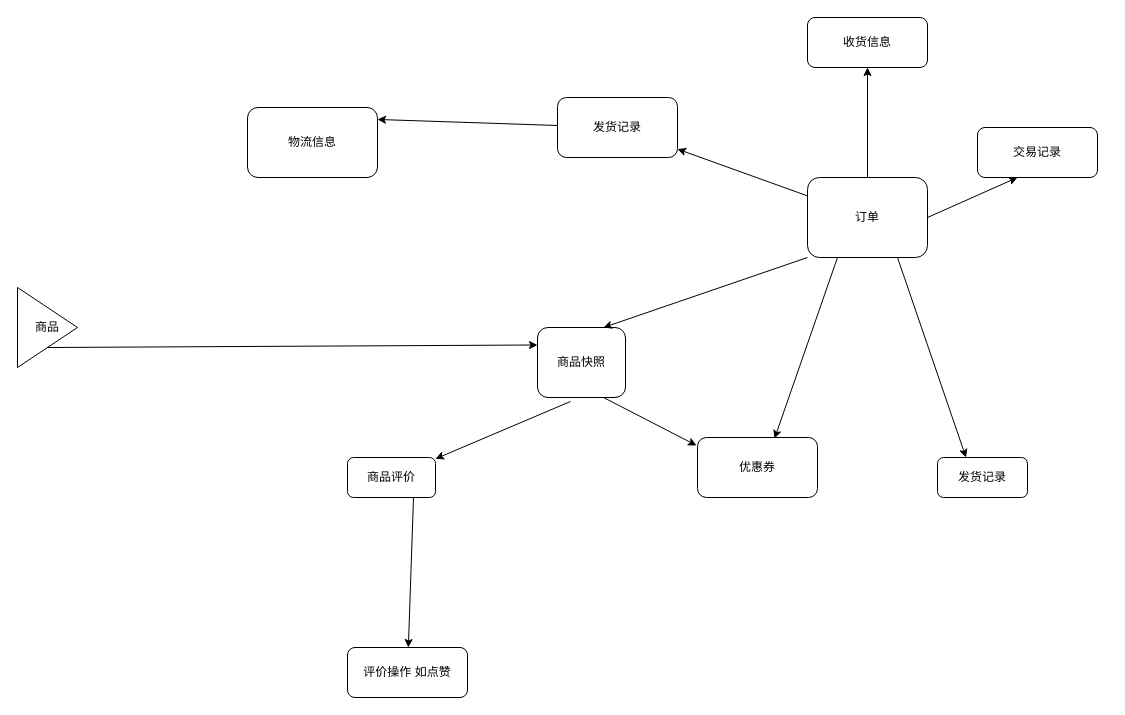
The draw.io diagram order数据库建模.drawio in kamjin1996/online-flow-draw, before the edit. Source tidied: cells renumbered, new cells numbered last; positions are measured from the earlier drawing's top-left corner, leaving out a move shared by most shapes. Both pictures are drawn from the tidied source at 100%, with x=0, y=0 at pixel (17, 17).
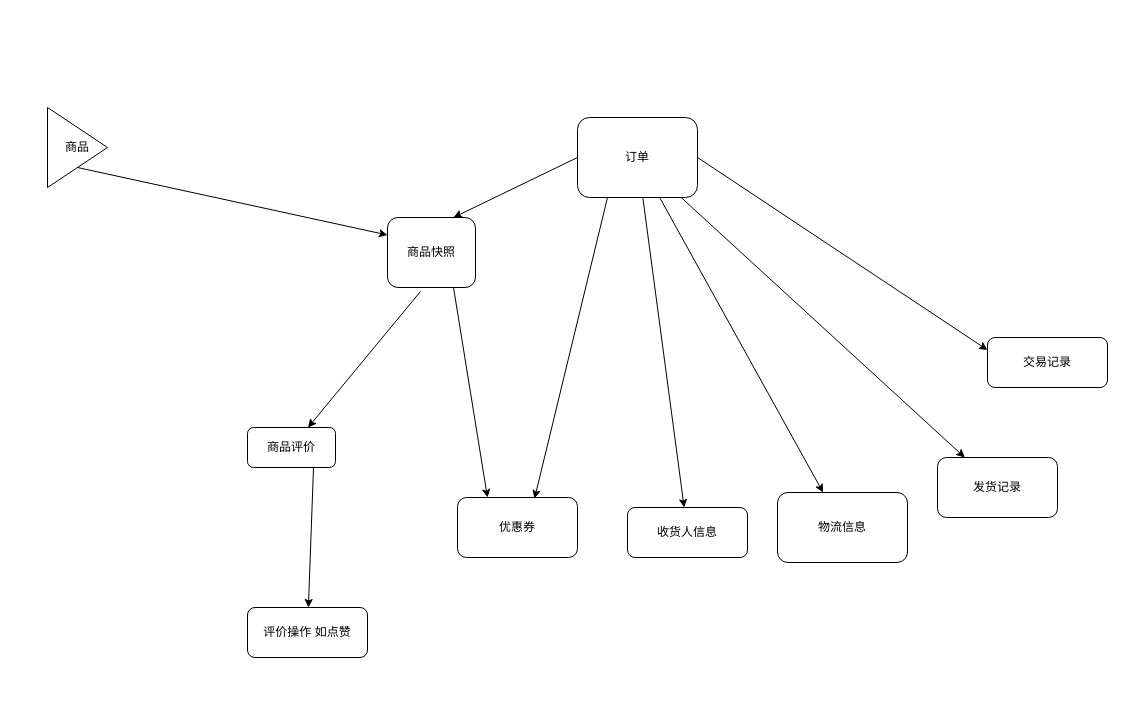
Above is the later version.

Commit message (it also covers changes not shown here):
更新order数据库建模.drawio

What changed in the source:
```diff
@@
     <mxCell id="2" value="订单" style="rounded=1;whiteSpace=wrap;html=1;" parent="1" vertex="1">
-      <mxGeometry x="790" y="160" width="120" height="80" as="geometry" />
+      <mxGeometry x="560" y="100" width="120" height="80" as="geometry" />
     </mxCell>
-    <mxCell id="3" value="发货记录" style="rounded=1;whiteSpace=wrap;html=1;" parent="1" vertex="1">
-      <mxGeometry x="920" y="440" width="90" height="40" as="geometry" />
-    </mxCell>
-    <mxCell id="4" style="endArrow=classic;html=1;exitX=0.75;exitY=1;exitDx=0;exitDy=0;entryX=0.317;entryY=0;entryDx=0;entryDy=0;entryPerimeter=0;" parent="1" edge="1" source="2" target="3">
-      <mxGeometry relative="1" as="geometry" />
-    </mxCell>
-    <mxCell id="5" value="收货信息" style="rounded=1;whiteSpace=wrap;html=1;" parent="1" vertex="1">
-      <mxGeometry x="790" width="120" height="50" as="geometry" />
+    <mxCell id="5" value="收货人信息" style="rounded=1;whiteSpace=wrap;html=1;" parent="1" vertex="1">
+      <mxGeometry x="610" y="490" width="120" height="50" as="geometry" />
     </mxCell>
@@
     <mxCell id="7" value="发货记录" style="rounded=1;whiteSpace=wrap;html=1;" parent="1" vertex="1">
-      <mxGeometry x="540" y="80" width="120" height="60" as="geometry" />
+      <mxGeometry x="920" y="440" width="120" height="60" as="geometry" />
     </mxCell>
     <mxCell id="8" value="物流信息" style="rounded=1;whiteSpace=wrap;html=1;" parent="1" vertex="1">
-      <mxGeometry x="230" y="90" width="130" height="70" as="geometry" />
+      <mxGeometry x="760" y="475" width="130" height="70" as="geometry" />
     </mxCell>
     <mxCell id="9" value="交易记录" style="rounded=1;whiteSpace=wrap;html=1;" parent="1" vertex="1">
-      <mxGeometry x="960" y="110" width="120" height="50" as="geometry" />
+      <mxGeometry x="970" y="320" width="120" height="50" as="geometry" />
     </mxCell>
     <mxCell id="10" value="商品快照" style="rounded=1;whiteSpace=wrap;html=1;" parent="1" vertex="1">
-      <mxGeometry x="520" y="310" width="88" height="70" as="geometry" />
+      <mxGeometry x="370" y="200" width="88" height="70" as="geometry" />
     </mxCell>
     <mxCell id="11" value="商品评价" style="rounded=1;whiteSpace=wrap;html=1;" parent="1" vertex="1">
-      <mxGeometry x="330" y="440" width="88" height="40" as="geometry" />
+      <mxGeometry x="230" y="410" width="88" height="40" as="geometry" />
     </mxCell>
     <mxCell id="12" value="评价操作 如点赞" style="rounded=1;whiteSpace=wrap;html=1;" parent="1" vertex="1">
-      <mxGeometry x="330" y="630" width="120" height="50" as="geometry" />
+      <mxGeometry x="230" y="590" width="120" height="50" as="geometry" />
     </mxCell>
     <mxCell id="13" value="优惠券" style="rounded=1;whiteSpace=wrap;html=1;" parent="1" vertex="1">
-      <mxGeometry x="680" y="420" width="120" height="60" as="geometry" />
+      <mxGeometry x="440" y="480" width="120" height="60" as="geometry" />
     </mxCell>
@@
-    <mxCell id="15" style="endArrow=classic;html=1;entryX=1;entryY=0.171;entryDx=0;entryDy=0;entryPerimeter=0;" parent="1" edge="1" source="7" target="8">
+    <mxCell id="15" style="endArrow=classic;html=1;" parent="1" edge="1" source="2" target="8">
       <mxGeometry relative="1" as="geometry" />
     </mxCell>
-    <mxCell id="16" style="endArrow=classic;html=1;entryX=0.75;entryY=0;entryDx=0;entryDy=0;exitX=0;exitY=1;exitDx=0;exitDy=0;" parent="1" edge="1" source="2" target="10">
+    <mxCell id="16" style="endArrow=classic;html=1;entryX=0.75;entryY=0;entryDx=0;entryDy=0;exitX=0;exitY=0.5;exitDx=0;exitDy=0;" parent="1" edge="1" source="2" target="10">
       <mxGeometry relative="1" as="geometry" />
     </mxCell>
@@
-    <mxCell id="18" style="endArrow=classic;html=1;entryX=-0.008;entryY=0.133;entryDx=0;entryDy=0;entryPerimeter=0;exitX=0.75;exitY=1;exitDx=0;exitDy=0;" parent="1" edge="1" source="10" target="13">
+    <mxCell id="18" style="endArrow=classic;html=1;entryX=0.25;entryY=0;entryDx=0;entryDy=0;exitX=0.75;exitY=1;exitDx=0;exitDy=0;" parent="1" edge="1" source="10" target="13">
       <mxGeometry relative="1" as="geometry" />
     </mxCell>
     <mxCell id="19" value="商品" style="triangle;whiteSpace=wrap;html=1;" parent="1" vertex="1">
-      <mxGeometry y="270" width="60" height="80" as="geometry" />
+      <mxGeometry x="30" y="90" width="60" height="80" as="geometry" />
     </mxCell>
@@
-    <mxCell id="23" style="endArrow=classic;html=1;exitX=1;exitY=0.5;exitDx=0;exitDy=0;entryX=0.333;entryY=1;entryDx=0;entryDy=0;entryPerimeter=0;" parent="1" edge="1" source="2" target="9">
+    <mxCell id="23" style="endArrow=classic;html=1;exitX=1;exitY=0.5;exitDx=0;exitDy=0;entryX=0;entryY=0.25;entryDx=0;entryDy=0;" parent="1" edge="1" source="2" target="9">
       <mxGeometry relative="1" as="geometry" />
     </mxCell>
```
